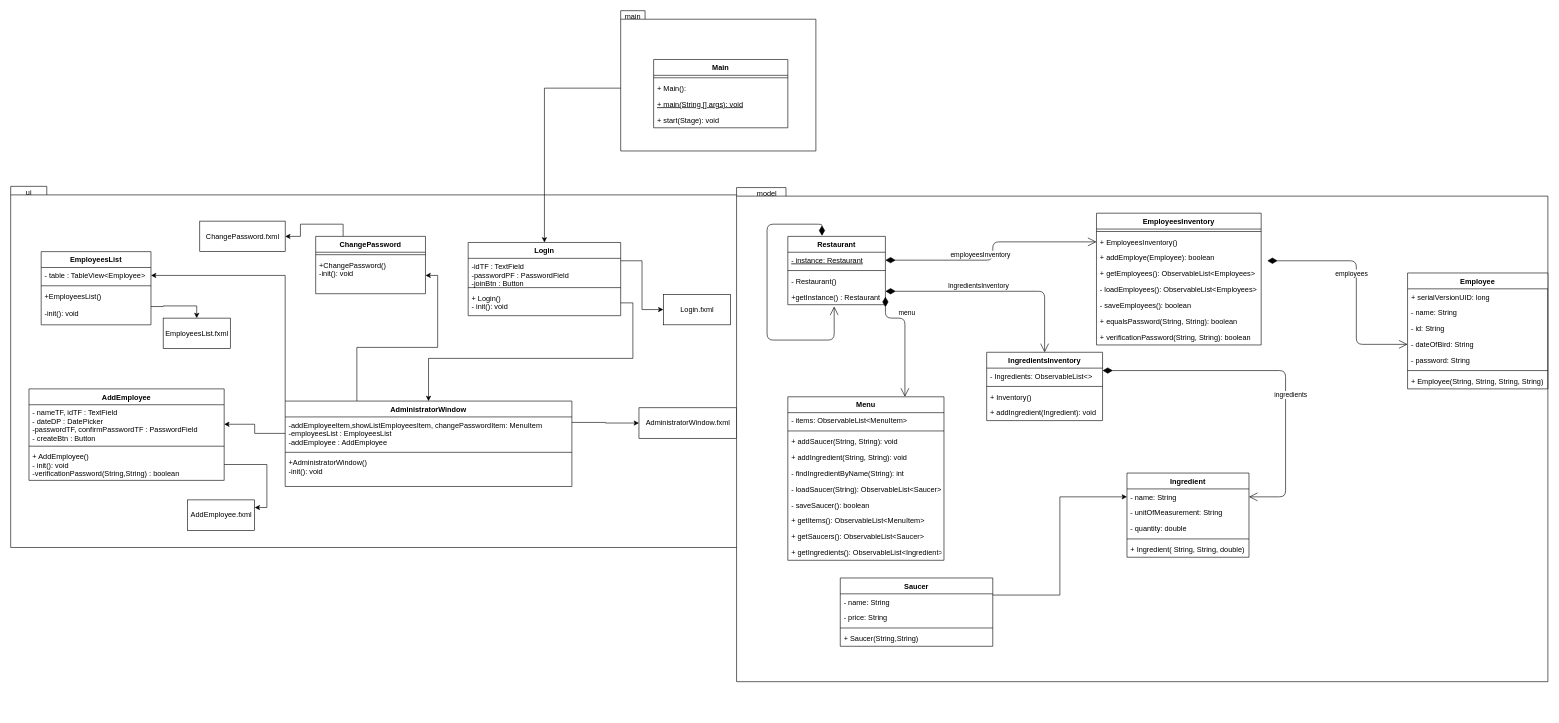
This is docs/classDiagram.drawio from Alexander940/firstIntegrativeTask, a draw.io file, before an edit. Source tidied: cells renumbered, new cells numbered last; positions are measured from the earlier drawing's top-left corner, leaving out a move shared by most shapes. Both pictures are drawn from the tidied source at 61%, with x=0, y=0 at pixel (10, 10).
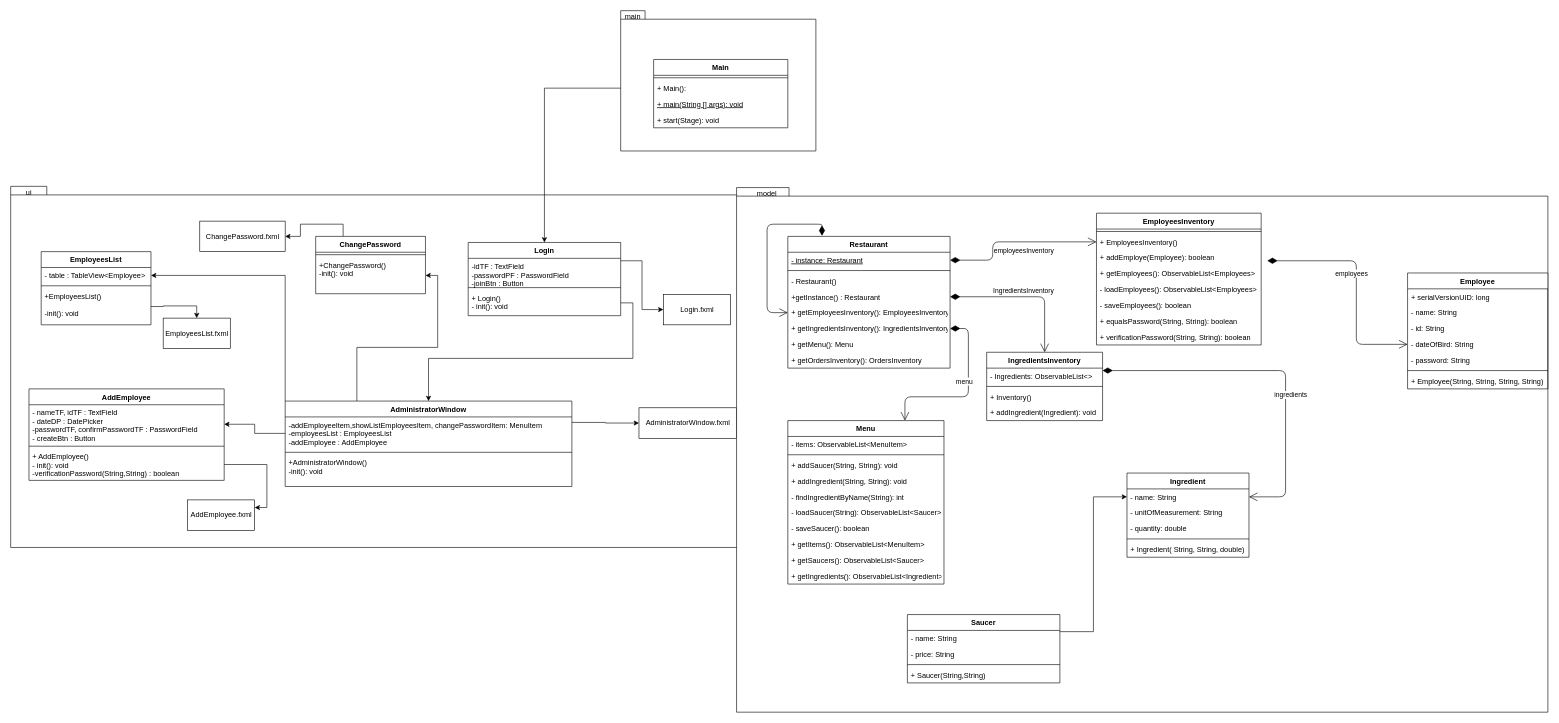
After the change.

The change refers to these unchanged cells:
```xml
<mxCell id="25" value="IngredientsInventory" style="swimlane;fontStyle=1;align=center;verticalAlign=top;horizontal=1;startSize=26;" parent="1" vertex="1">
  <mxGeometry x="1600" y="560" width="190" height="112" as="geometry" />
</mxCell>
```

The edit, as a diff of the source:
```diff
@@
     <mxCell id="3" style="shape=folder;fontStyle=1;spacingTop=10;tabWidth=40;tabHeight=14;tabPosition=left;html=1;" parent="1" vertex="1">
-      <mxGeometry x="1190" y="290" width="1330" height="810" as="geometry" />
+      <mxGeometry x="1190" y="290" width="1330" height="860" as="geometry" />
     </mxCell>
@@
     <mxCell id="6" value="Restaurant" style="swimlane;fontStyle=1;align=center;verticalAlign=top;horizontal=1;startSize=26;" parent="1" vertex="1">
-      <mxGeometry x="1274" y="370" width="160" height="112" as="geometry" />
+      <mxGeometry x="1274" y="370" width="266" height="216" as="geometry" />
     </mxCell>
     <mxCell id="7" value="- instance: Restaurant" style="text;strokeColor=none;fillColor=none;align=left;verticalAlign=top;spacingLeft=4;spacingRight=4;overflow=hidden;points=[[0,0.5],[1,0.5]];portConstraint=eastwest;fontStyle=4;" parent="6" vertex="1">
-      <mxGeometry y="26" width="160" height="26" as="geometry" />
+      <mxGeometry y="26" width="266" height="26" as="geometry" />
     </mxCell>
     <mxCell id="8" style="line;strokeWidth=1;fillColor=none;align=left;verticalAlign=middle;spacingTop=-1;spacingLeft=3;spacingRight=3;labelPosition=right;" parent="6" vertex="1">
-      <mxGeometry y="52" width="160" height="8" as="geometry" />
+      <mxGeometry y="52" width="266" height="8" as="geometry" />
     </mxCell>
     <mxCell id="9" value="- Restaurant()&#10;" style="text;strokeColor=none;fillColor=none;align=left;verticalAlign=top;spacingLeft=4;spacingRight=4;overflow=hidden;" parent="6" vertex="1">
-      <mxGeometry y="60" width="160" height="26" as="geometry" />
+      <mxGeometry y="60" width="266" height="26" as="geometry" />
     </mxCell>
     <mxCell id="10" value="+getInstance() : Restaurant" style="text;strokeColor=none;fillColor=none;align=left;verticalAlign=top;spacingLeft=4;spacingRight=4;overflow=hidden;points=[[0,0.5],[1,0.5]];portConstraint=eastwest;" parent="6" vertex="1">
-      <mxGeometry y="86" width="160" height="26" as="geometry" />
+      <mxGeometry y="86" width="266" height="26" as="geometry" />
     </mxCell>
+    <mxCell id="104" value="+ getEmployeesInventory(): EmployeesInventory" style="text;strokeColor=none;fillColor=none;align=left;verticalAlign=top;spacingLeft=4;spacingRight=4;overflow=hidden;points=[[0,0.5],[1,0.5]];portConstraint=eastwest;" parent="6" vertex="1">
+      <mxGeometry y="112" width="266" height="26" as="geometry" />
+    </mxCell>
+    <mxCell id="105" value="+ getIngredientsInventory(): IngredientsInventory" style="text;strokeColor=none;fillColor=none;align=left;verticalAlign=top;spacingLeft=4;spacingRight=4;overflow=hidden;points=[[0,0.5],[1,0.5]];portConstraint=eastwest;" parent="6" vertex="1">
+      <mxGeometry y="138" width="266" height="26" as="geometry" />
+    </mxCell>
+    <mxCell id="106" value="+ getMenu(): Menu" style="text;strokeColor=none;fillColor=none;align=left;verticalAlign=top;spacingLeft=4;spacingRight=4;overflow=hidden;" parent="6" vertex="1">
+      <mxGeometry y="164" width="266" height="26" as="geometry" />
+    </mxCell>
+    <mxCell id="107" value="+ getOrdersInventory(): OrdersInventory" style="text;strokeColor=none;fillColor=none;align=left;verticalAlign=top;spacingLeft=4;spacingRight=4;overflow=hidden;" parent="6" vertex="1">
+      <mxGeometry y="190" width="266" height="26" as="geometry" />
+    </mxCell>
@@
     <mxCell id="31" value="Saucer" style="swimlane;fontStyle=1;align=center;verticalAlign=top;horizontal=1;startSize=26;" parent="1" vertex="1">
-      <mxGeometry x="1360" y="930" width="250" height="112" as="geometry" />
+      <mxGeometry x="1470" y="990" width="250" height="112" as="geometry" />
     </mxCell>
@@
-    <mxCell id="80" style="endArrow=open;html=1;endSize=12;startArrow=diamondThin;startSize=14;startFill=1;edgeStyle=orthogonalEdgeStyle;align=left;verticalAlign=bottom;entryX=0.475;entryY=1.115;entryDx=0;entryDy=0;entryPerimeter=0;" parent="1" edge="1" target="10">
+    <mxCell id="80" style="endArrow=open;html=1;endSize=12;startArrow=diamondThin;startSize=14;startFill=1;edgeStyle=orthogonalEdgeStyle;align=left;verticalAlign=bottom;entryX=0;entryY=0.5;entryDx=0;entryDy=0;" parent="1" edge="1" target="104">
       <mxGeometry x="-0.87" y="-22" relative="1" as="geometry">
         <mxPoint x="1330" y="369" as="sourcePoint" />
         <Array as="points">
           <mxPoint x="1330" y="350" />
           <mxPoint x="1240" y="350" />
-          <mxPoint x="1240" y="540" />
-          <mxPoint x="1350" y="540" />
+          <mxPoint x="1240" y="495" />
         </Array>
         <mxPoint x="20" y="12" as="offset" />
       </mxGeometry>
     </mxCell>
@@
-    <mxCell id="89" value="&lt;span style=&quot;text-align: center&quot;&gt;IngredientsInventory&lt;/span&gt;" style="endArrow=open;html=1;endSize=12;startArrow=diamondThin;startSize=14;startFill=1;edgeStyle=orthogonalEdgeStyle;align=left;verticalAlign=bottom;entryX=0.5;entryY=0;entryDx=0;entryDy=0;" parent="1" edge="1" target="25">
+    <mxCell id="89" value="&lt;span style=&quot;text-align: center&quot;&gt;IngredientsInventory&lt;/span&gt;" style="endArrow=open;html=1;endSize=12;startArrow=diamondThin;startSize=14;startFill=1;edgeStyle=orthogonalEdgeStyle;align=left;verticalAlign=bottom;entryX=0.5;entryY=0;entryDx=0;entryDy=0;exitX=1;exitY=0.5;exitDx=0;exitDy=0;" parent="1" edge="1" source="10" target="25">
       <mxGeometry x="-0.44" relative="1" as="geometry">
-        <mxPoint x="1434" y="460" as="sourcePoint" />
         <Array as="points">
-          <mxPoint x="1695" y="460" />
+          <mxPoint x="1695" y="469" />
         </Array>
       </mxGeometry>
     </mxCell>
@@
     <mxCell id="92" value="Menu" style="swimlane;fontStyle=1;align=center;verticalAlign=top;horizontal=1;startSize=26;" parent="1" vertex="1">
-      <mxGeometry x="1274" y="633" width="256" height="268" as="geometry" />
+      <mxGeometry x="1274" y="672" width="256" height="268" as="geometry" />
     </mxCell>
@@
-    <mxCell id="103" value="&lt;span style=&quot;text-align: center&quot;&gt;menu&lt;/span&gt;" style="endArrow=open;html=1;endSize=12;startArrow=diamondThin;startSize=14;startFill=1;edgeStyle=orthogonalEdgeStyle;align=left;verticalAlign=bottom;entryX=0.75;entryY=0;entryDx=0;entryDy=0;exitX=1;exitY=0.5;exitDx=0;exitDy=0;" parent="1" edge="1" source="10" target="92">
-      <mxGeometry x="-0.44" relative="1" as="geometry">
+    <mxCell id="103" value="&lt;span style=&quot;text-align: center&quot;&gt;menu&lt;/span&gt;" style="endArrow=open;html=1;endSize=12;startArrow=diamondThin;startSize=14;startFill=1;edgeStyle=orthogonalEdgeStyle;align=left;verticalAlign=bottom;entryX=0.75;entryY=0;entryDx=0;entryDy=0;exitX=1;exitY=0.5;exitDx=0;exitDy=0;" parent="1" edge="1" source="105" target="92">
+      <mxGeometry x="0.15" y="-16" relative="1" as="geometry">
         <Array as="points">
-          <mxPoint x="1434" y="504" />
-          <mxPoint x="1466" y="504" />
+          <mxPoint x="1570" y="521" />
+          <mxPoint x="1570" y="633" />
+          <mxPoint x="1466" y="633" />
         </Array>
       </mxGeometry>
     </mxCell>
```
